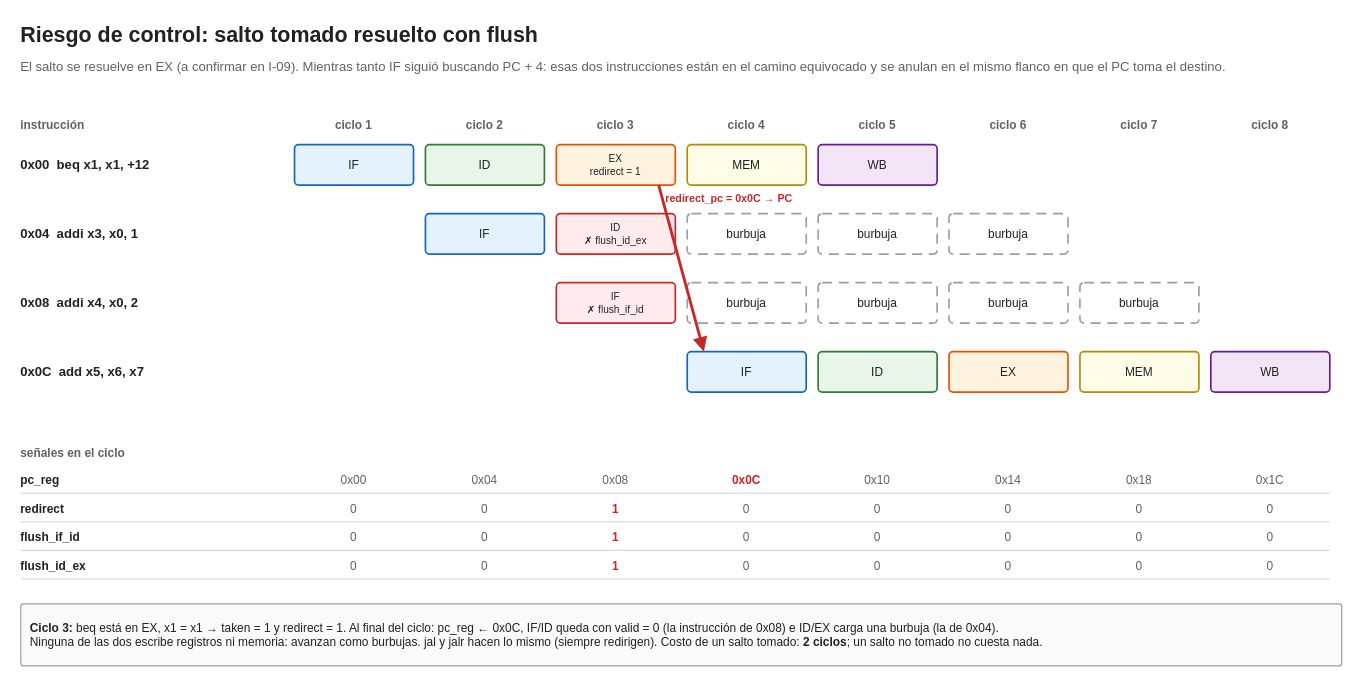
Before: docs/diagramas/riesgo_salto.drawio in moreyrajulian/arquitectura_de_computadoras, a draw.io diagram. Source tidied: cells renumbered, new cells numbered last; positions are measured from the earlier drawing's top-left corner, leaving out a move shared by most shapes. Both pictures are drawn from the tidied source at 119%, with x=0, y=0 at pixel (20, 20).
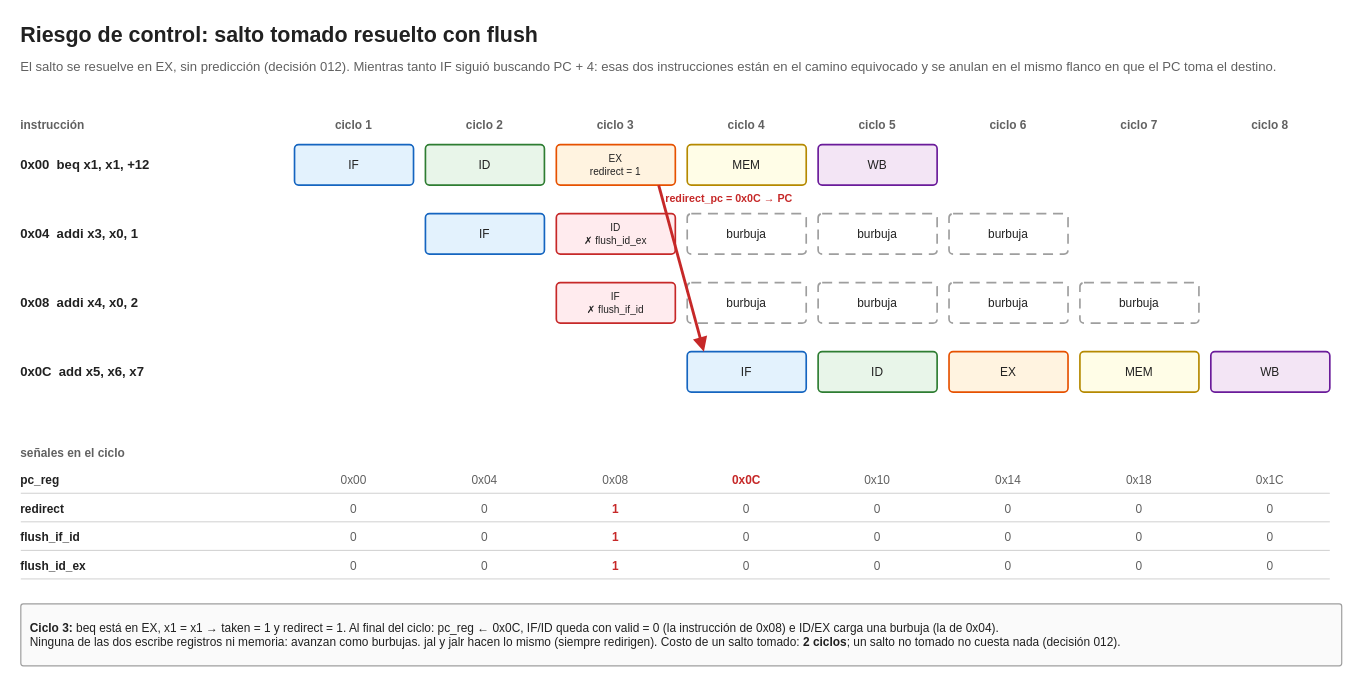
Above is the later version.

Commit message (it also covers changes not shown here):
docs(saltos): diagramas de control y salto tomado con la decision 0122 y el camino critico candidato

What changed in the source:
```diff
@@
-    <mxCell id="3" value="El salto se resuelve en EX (a confirmar en I-09). Mientras tanto IF siguió buscando PC + 4: esas dos instrucciones están en el camino equivocado y se anulan en el mismo flanco en que el PC toma el destino." style="text;html=1;whiteSpace=wrap;fontSize=11;fontFamily=Helvetica;fontColor=#616161;align=left;verticalAlign=top;spacing=0;fontStyle=0;" parent="1" vertex="1">
+    <mxCell id="3" value="El salto se resuelve en EX, sin predicción (decisión 012). Mientras tanto IF siguió buscando PC + 4: esas dos instrucciones están en el camino equivocado y se anulan en el mismo flanco en que el PC toma el destino." style="text;html=1;whiteSpace=wrap;fontSize=11;fontFamily=Helvetica;fontColor=#616161;align=left;verticalAlign=top;spacing=0;fontStyle=0;" parent="1" vertex="1">
       <mxGeometry y="28" width="1100" height="30" as="geometry" />
     </mxCell>
@@
-    <mxCell id="80" value="&lt;b&gt;Ciclo 3:&lt;/b&gt; beq está en EX, x1 = x1 → taken = 1 y redirect = 1. Al final del ciclo: pc_reg ← 0x0C, IF/ID queda con valid = 0 (la instrucción de 0x08) e ID/EX carga una burbuja (la de 0x04).&lt;br&gt;Ninguna de las dos escribe registros ni memoria: avanzan como burbujas. jal y jalr hacen lo mismo (siempre redirigen). Costo de un salto tomado: &lt;b&gt;2 ciclos&lt;/b&gt;; un salto no tomado no cuesta nada." style="rounded=1;arcSize=4;whiteSpace=wrap;html=1;fillColor=#FAFAFA;strokeColor=#9E9E9E;strokeWidth=1.0;fontSize=10;fontFamily=Helvetica;fontColor=#212121;align=left;verticalAlign=middle;spacingLeft=6;spacingRight=6;spacingTop=4;spacingBottom=4;" parent="1" vertex="1">
+    <mxCell id="80" value="&lt;b&gt;Ciclo 3:&lt;/b&gt; beq está en EX, x1 = x1 → taken = 1 y redirect = 1. Al final del ciclo: pc_reg ← 0x0C, IF/ID queda con valid = 0 (la instrucción de 0x08) e ID/EX carga una burbuja (la de 0x04).&lt;br&gt;Ninguna de las dos escribe registros ni memoria: avanzan como burbujas. jal y jalr hacen lo mismo (siempre redirigen). Costo de un salto tomado: &lt;b&gt;2 ciclos&lt;/b&gt;; un salto no tomado no cuesta nada (decisión 012)." style="rounded=1;arcSize=4;whiteSpace=wrap;html=1;fillColor=#FAFAFA;strokeColor=#9E9E9E;strokeWidth=1.0;fontSize=10;fontFamily=Helvetica;fontColor=#212121;align=left;verticalAlign=middle;spacingLeft=6;spacingRight=6;spacingTop=4;spacingBottom=4;" parent="1" vertex="1">
       <mxGeometry y="490" width="1110" height="52" as="geometry" />
     </mxCell>
```
